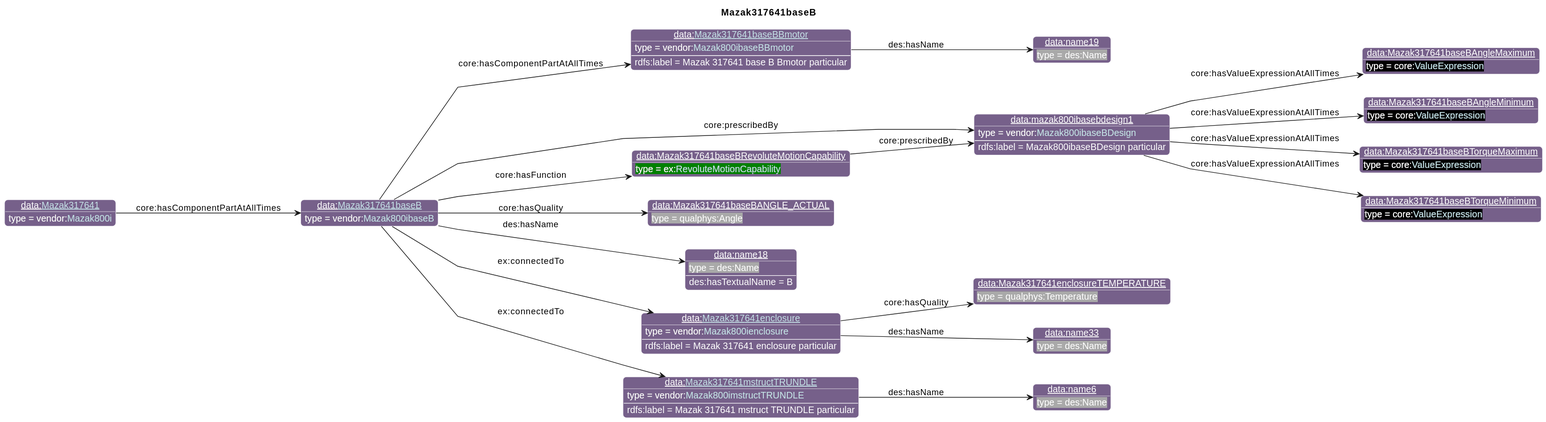
The PlantUML diagram diagrams/Mazak317641baseB.svg in iofoundry/example-syseng-mtconnect, before a commit.
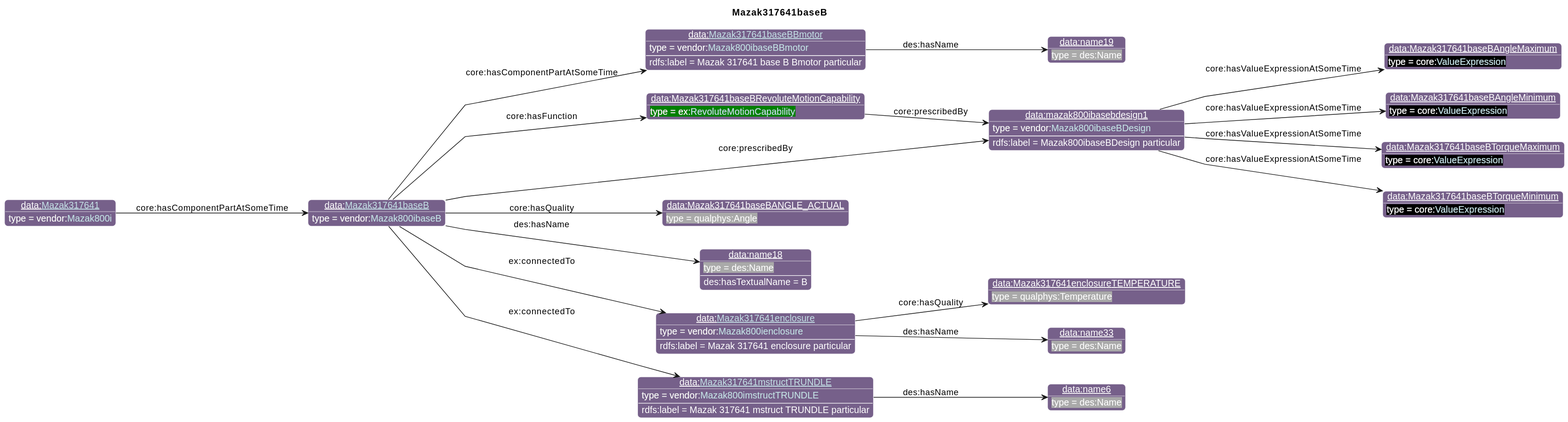
After the commit.

Change to the diagram source:
```diff
@@ -26,13 +26,13 @@
                       "qp":"641B2E"
       }
 individual(o0, data:[[./Mazak317641baseB.html Mazak317641baseB]], vendor:[[../Mazak.html#Mazak800ibaseB Mazak800ibaseB]])
-individual(o1, data:[[./Mazak317641baseBBmotor.html Mazak317641baseBBmotor]], vendor:[[../Mazak.html#Mazak800ibaseBBmotor Mazak800ibaseBBmotor]])
-individual(o2, data:name19, des:Name)
-individual(o3, data:mazak800ibasebdesign1, vendor:[[../Mazak.html#Mazak800ibaseBDesign Mazak800ibaseBDesign]])
-individual(o4, data:Mazak317641baseBAngleMaximum, core:[[https://spec.industrialontologies.org/ontology/core/Core/ValueExpression ValueExpression]])
-individual(o5, data:Mazak317641baseBAngleMinimum, core:[[https://spec.industrialontologies.org/ontology/core/Core/ValueExpression ValueExpression]])
-individual(o6, data:Mazak317641baseBTorqueMaximum, core:[[https://spec.industrialontologies.org/ontology/core/Core/ValueExpression ValueExpression]])
-individual(o7, data:Mazak317641baseBTorqueMinimum, core:[[https://spec.industrialontologies.org/ontology/core/Core/ValueExpression ValueExpression]])
+individual(o1, data:mazak800ibasebdesign1, vendor:[[../Mazak.html#Mazak800ibaseBDesign Mazak800ibaseBDesign]])
+individual(o2, data:Mazak317641baseBAngleMaximum, core:[[https://spec.industrialontologies.org/ontology/core/Core/ValueExpression ValueExpression]])
+individual(o3, data:Mazak317641baseBAngleMinimum, core:[[https://spec.industrialontologies.org/ontology/core/Core/ValueExpression ValueExpression]])
+individual(o4, data:Mazak317641baseBTorqueMaximum, core:[[https://spec.industrialontologies.org/ontology/core/Core/ValueExpression ValueExpression]])
+individual(o5, data:Mazak317641baseBTorqueMinimum, core:[[https://spec.industrialontologies.org/ontology/core/Core/ValueExpression ValueExpression]])
+individual(o6, data:[[./Mazak317641baseBBmotor.html Mazak317641baseBBmotor]], vendor:[[../Mazak.html#Mazak800ibaseBBmotor Mazak800ibaseBBmotor]])
+individual(o7, data:name19, des:Name)
 individual(o8, data:Mazak317641baseBRevoluteMotionCapability, ex:[[../Example.html#RevoluteMotionCapability RevoluteMotionCapability]])
 individual(o9, data:Mazak317641baseBANGLE_ACTUAL, qualphys:Angle)
 individual(o10, data:name18, des:Name)
@@ -42,17 +42,17 @@
 individual(o14, data:[[./Mazak317641mstructTRUNDLE.html Mazak317641mstructTRUNDLE]], vendor:[[../Mazak.html#Mazak800imstructTRUNDLE Mazak800imstructTRUNDLE]])
 individual(o15, data:name6, des:Name)
 individual(o16, data:[[./Mazak317641.html Mazak317641]], vendor:[[../Mazak.html#Mazak800i Mazak800i]])
-property(o0, "core:hasComponentPartAtAllTimes", o1)
-data(o1, "rdfs:label", "Mazak 317641 base B Bmotor particular")
-property(o1, "des:hasName", o2)
-property(o0, "core:prescribedBy", o3)
-data(o3, "rdfs:label", "Mazak800ibaseBDesign particular")
-property(o3, "core:hasValueExpressionAtAllTimes", o4)
-property(o3, "core:hasValueExpressionAtAllTimes", o5)
-property(o3, "core:hasValueExpressionAtAllTimes", o6)
-property(o3, "core:hasValueExpressionAtAllTimes", o7)
+property(o0, "core:prescribedBy", o1)
+data(o1, "rdfs:label", "Mazak800ibaseBDesign particular")
+property(o1, "core:hasValueExpressionAtSomeTime", o2)
+property(o1, "core:hasValueExpressionAtSomeTime", o3)
+property(o1, "core:hasValueExpressionAtSomeTime", o4)
+property(o1, "core:hasValueExpressionAtSomeTime", o5)
+property(o0, "core:hasComponentPartAtSomeTime", o6)
+data(o6, "rdfs:label", "Mazak 317641 base B Bmotor particular")
+property(o6, "des:hasName", o7)
 property(o0, "core:hasFunction", o8)
-property(o8, "core:prescribedBy", o3)
+property(o8, "core:prescribedBy", o1)
 property(o0, "core:hasQuality", o9)
 property(o0, "des:hasName", o10)
 data(o10, "des:hasTextualName", "B")
@@ -63,5 +63,5 @@
 property(o0, "ex:connectedTo", o14)
 data(o14, "rdfs:label", "Mazak 317641 mstruct TRUNDLE particular")
 property(o14, "des:hasName", o15)
-property(o16, "core:hasComponentPartAtAllTimes", o0)
+property(o16, "core:hasComponentPartAtSomeTime", o0)
 @enduml
```
